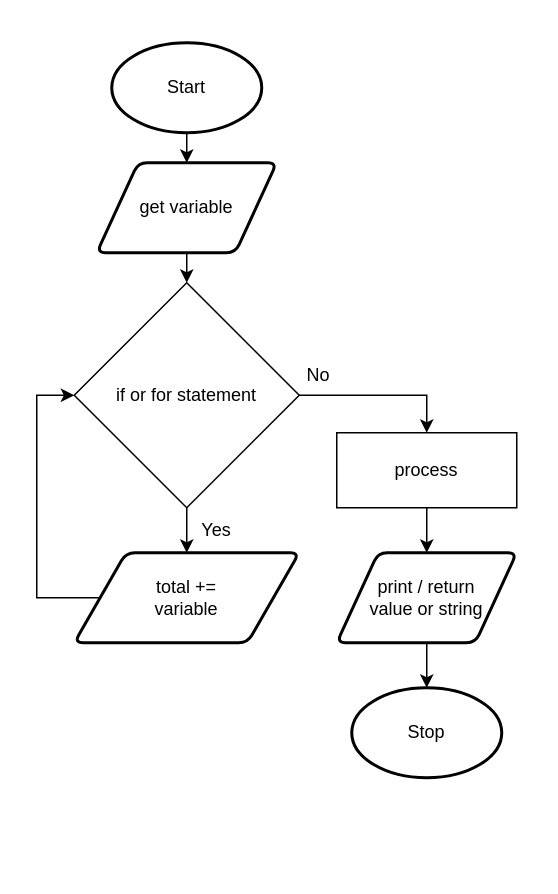
The draw.io diagram drawio/flowchart.drawio in Aidan-Lalonde-Novales/ics4u-unit1-02-typescript, before the edit. Source tidied: cells renumbered, new cells numbered last; positions are measured from the earlier drawing's top-left corner, leaving out a move shared by most shapes. Both pictures are drawn from the tidied source at 150%, with x=0, y=0 at pixel (36, 42).
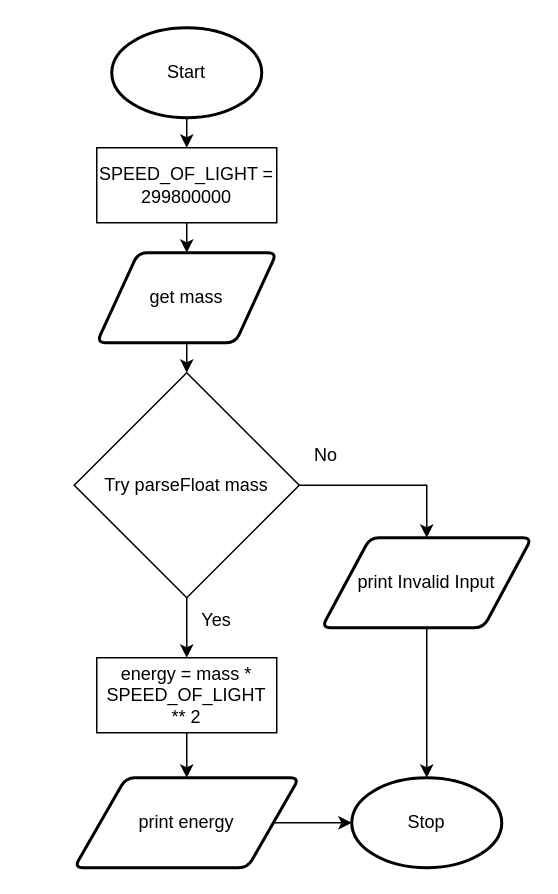
The same diagram, later.

Change to the diagram source:
```diff
@@
-    <mxCell id="2" style="edgeStyle=none;html=1;exitX=0.5;exitY=1;exitDx=0;exitDy=0;exitPerimeter=0;entryX=0.5;entryY=0;entryDx=0;entryDy=0;" parent="1" edge="1" source="3" target="5">
-      <mxGeometry relative="1" as="geometry" />
+    <mxCell id="2" style="edgeStyle=none;html=1;exitX=0.5;exitY=1;exitDx=0;exitDy=0;exitPerimeter=0;entryX=0.5;entryY=0;entryDx=0;entryDy=0;" parent="1" edge="1" target="5">
+      <mxGeometry relative="1" as="geometry">
+        <mxPoint x="100" y="120" as="sourcePoint" />
+      </mxGeometry>
     </mxCell>
+    <mxCell id="18" style="edgeStyle=none;rounded=0;html=1;exitX=0.5;exitY=1;exitDx=0;exitDy=0;exitPerimeter=0;entryX=0.5;entryY=0;entryDx=0;entryDy=0;" parent="1" edge="1" source="3" target="22">
+      <mxGeometry relative="1" as="geometry" />
+    </mxCell>
     <mxCell id="3" value="Start" style="strokeWidth=2;html=1;shape=mxgraph.flowchart.start_1;whiteSpace=wrap;" parent="1" vertex="1">
-      <mxGeometry x="50" width="100" height="60" as="geometry" />
+      <mxGeometry x="50" y="-10" width="100" height="60" as="geometry" />
     </mxCell>
@@
-    <mxCell id="5" value="get variable" style="shape=parallelogram;html=1;strokeWidth=2;perimeter=parallelogramPerimeter;whiteSpace=wrap;rounded=1;arcSize=12;size=0.23;" parent="1" vertex="1">
-      <mxGeometry x="40" y="80" width="120" height="60" as="geometry" />
+    <mxCell id="5" value="get mass" style="shape=parallelogram;html=1;strokeWidth=2;perimeter=parallelogramPerimeter;whiteSpace=wrap;rounded=1;arcSize=12;size=0.23;" parent="1" vertex="1">
+      <mxGeometry x="40" y="140" width="120" height="60" as="geometry" />
     </mxCell>
     <mxCell id="6" value="Stop" style="strokeWidth=2;html=1;shape=mxgraph.flowchart.start_1;whiteSpace=wrap;" parent="1" vertex="1">
-      <mxGeometry x="210" y="430" width="100" height="60" as="geometry" />
+      <mxGeometry x="210" y="490" width="100" height="60" as="geometry" />
     </mxCell>
+    <mxCell id="19" style="edgeStyle=none;html=1;exitX=1;exitY=0.5;exitDx=0;exitDy=0;entryX=0.5;entryY=0;entryDx=0;entryDy=0;rounded=0;" parent="1" edge="1" source="9" target="15">
+      <mxGeometry relative="1" as="geometry">
+        <Array as="points">
+          <mxPoint x="260" y="295" />
+        </Array>
+      </mxGeometry>
+    </mxCell>
-    <mxCell id="7" style="edgeStyle=none;html=1;exitX=1;exitY=0.5;exitDx=0;exitDy=0;entryX=0.5;entryY=0;entryDx=0;entryDy=0;rounded=0;" parent="1" edge="1" source="9" target="13">
-      <mxGeometry relative="1" as="geometry">
-        <Array as="points">
-          <mxPoint x="260" y="235" />
-        </Array>
-      </mxGeometry>
+    <mxCell id="7" style="edgeStyle=none;rounded=0;html=1;exitX=0.5;exitY=1;exitDx=0;exitDy=0;entryX=0.5;entryY=0;entryDx=0;entryDy=0;" parent="1" edge="1" source="9" target="13">
+      <mxGeometry relative="1" as="geometry" />
     </mxCell>
-    <mxCell id="8" style="edgeStyle=none;html=1;exitX=0.5;exitY=1;exitDx=0;exitDy=0;entryX=0.5;entryY=0;entryDx=0;entryDy=0;" parent="1" edge="1" source="9" target="17">
-      <mxGeometry relative="1" as="geometry" />
-    </mxCell>
-    <mxCell id="9" value="if or for statement" style="rhombus;whiteSpace=wrap;html=1;" parent="1" vertex="1">
-      <mxGeometry x="25" y="160" width="150" height="150" as="geometry" />
+    <mxCell id="9" value="Try parseFloat mass" style="rhombus;whiteSpace=wrap;html=1;" parent="1" vertex="1">
+      <mxGeometry x="25" y="220" width="150" height="150" as="geometry" />
     </mxCell>
     <mxCell id="10" value="Yes" style="text;html=1;strokeColor=none;fillColor=none;align=center;verticalAlign=middle;whiteSpace=wrap;rounded=0;" parent="1" vertex="1">
-      <mxGeometry x="100" y="310" width="40" height="30" as="geometry" />
+      <mxGeometry x="100" y="370" width="40" height="30" as="geometry" />
     </mxCell>
     <mxCell id="11" value="No" style="text;html=1;strokeColor=none;fillColor=none;align=center;verticalAlign=middle;whiteSpace=wrap;rounded=0;" parent="1" vertex="1">
-      <mxGeometry x="170" y="207" width="36" height="30" as="geometry" />
+      <mxGeometry x="175" y="260" width="36" height="30" as="geometry" />
     </mxCell>
-    <mxCell id="12" style="edgeStyle=none;html=1;exitX=0.5;exitY=1;exitDx=0;exitDy=0;entryX=0.5;entryY=0;entryDx=0;entryDy=0;" parent="1" edge="1" source="13" target="15">
-      <mxGeometry relative="1" as="geometry" />
-    </mxCell>
+    <mxCell id="20" style="edgeStyle=none;rounded=0;html=1;exitX=0.5;exitY=1;exitDx=0;exitDy=0;entryX=0.5;entryY=0;entryDx=0;entryDy=0;" parent="1" edge="1" source="13" target="17">
+      <mxGeometry relative="1" as="geometry" />
+    </mxCell>
-    <mxCell id="13" value="process" style="rounded=0;whiteSpace=wrap;html=1;" parent="1" vertex="1">
-      <mxGeometry x="200" y="260" width="120" height="50" as="geometry" />
+    <mxCell id="13" value="energy = mass * SPEED_OF_LIGHT ** 2" style="rounded=0;whiteSpace=wrap;html=1;" parent="1" vertex="1">
+      <mxGeometry x="40" y="410" width="120" height="50" as="geometry" />
     </mxCell>
@@
-    <mxCell id="15" value="print / return &lt;br&gt;value or string" style="shape=parallelogram;html=1;strokeWidth=2;perimeter=parallelogramPerimeter;whiteSpace=wrap;rounded=1;arcSize=12;size=0.23;" parent="1" vertex="1">
-      <mxGeometry x="200" y="340" width="120" height="60" as="geometry" />
+    <mxCell id="15" value="print Invalid Input" style="shape=parallelogram;html=1;strokeWidth=2;perimeter=parallelogramPerimeter;whiteSpace=wrap;rounded=1;arcSize=12;size=0.23;" parent="1" vertex="1">
+      <mxGeometry x="190" y="330" width="140" height="60" as="geometry" />
     </mxCell>
-    <mxCell id="16" style="edgeStyle=none;rounded=0;html=1;exitX=0;exitY=0.5;exitDx=0;exitDy=0;entryX=0;entryY=0.5;entryDx=0;entryDy=0;" parent="1" edge="1" source="17" target="9">
-      <mxGeometry relative="1" as="geometry">
-        <Array as="points">
-          <mxPoint y="370" />
-          <mxPoint y="235" />
-        </Array>
-      </mxGeometry>
-    </mxCell>
+    <mxCell id="21" style="edgeStyle=none;rounded=0;html=1;exitX=1;exitY=0.5;exitDx=0;exitDy=0;entryX=0;entryY=0.5;entryDx=0;entryDy=0;entryPerimeter=0;" parent="1" edge="1" source="17" target="6">
+      <mxGeometry relative="1" as="geometry" />
+    </mxCell>
-    <mxCell id="17" value="total += &lt;br&gt;variable" style="shape=parallelogram;html=1;strokeWidth=2;perimeter=parallelogramPerimeter;whiteSpace=wrap;rounded=1;arcSize=12;size=0.23;" parent="1" vertex="1">
-      <mxGeometry x="25" y="340" width="150" height="60" as="geometry" />
+    <mxCell id="17" value="print energy" style="shape=parallelogram;html=1;strokeWidth=2;perimeter=parallelogramPerimeter;whiteSpace=wrap;rounded=1;arcSize=12;size=0.23;" parent="1" vertex="1">
+      <mxGeometry x="25" y="490" width="150" height="60" as="geometry" />
     </mxCell>
+    <mxCell id="22" value="SPEED_OF_LIGHT = 299800000" style="rounded=0;whiteSpace=wrap;html=1;" parent="1" vertex="1">
+      <mxGeometry x="40" y="70" width="120" height="50" as="geometry" />
+    </mxCell>
```
